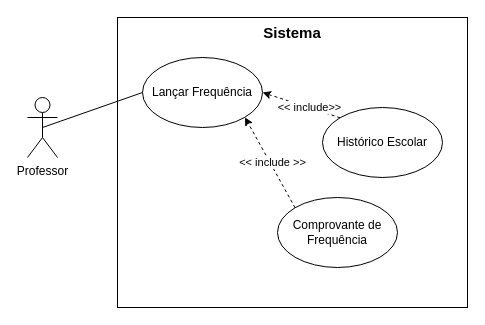
The draw.io diagram Requisito-08.drawio in LizReis/An-lise-de-Sistemas, before the edit. Source tidied: cells renumbered, new cells numbered last; positions are measured from the earlier drawing's top-left corner, leaving out a move shared by most shapes. Both pictures are drawn from the tidied source at 100%, with x=0, y=0 at pixel (27, 17).
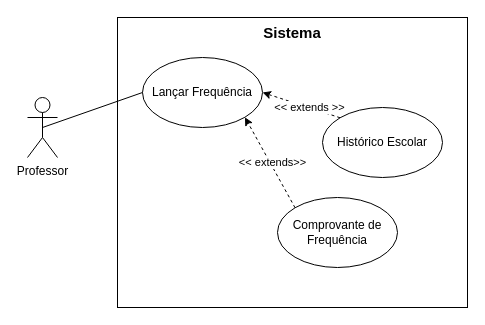
The same page after the edit.

Change to the diagram source:
```diff
@@
 <mxGraphModel>
   <root>
     <mxCell id="0" />
     <mxCell id="1" parent="0" />
     <mxCell id="2" value="Professor" style="shape=umlActor;verticalLabelPosition=bottom;verticalAlign=top;html=1;outlineConnect=0;" parent="1" vertex="1">
       <mxGeometry y="80" width="30" height="60" as="geometry" />
     </mxCell>
     <mxCell id="3" style="rounded=0;whiteSpace=wrap;html=1;" parent="1" vertex="1">
       <mxGeometry x="90" width="350" height="290" as="geometry" />
     </mxCell>
     <mxCell id="4" value="&lt;b&gt;&lt;font style=&quot;font-size: 15px;&quot;&gt;Sistema&lt;/font&gt;&lt;/b&gt;" style="text;html=1;align=center;verticalAlign=middle;whiteSpace=wrap;rounded=0;" parent="1" vertex="1">
       <mxGeometry x="235" width="60" height="30" as="geometry" />
     </mxCell>
     <mxCell id="5" value="Lançar Frequência" style="ellipse;whiteSpace=wrap;html=1;" parent="1" vertex="1">
       <mxGeometry x="115" y="40" width="120" height="70" as="geometry" />
     </mxCell>
     <mxCell id="6" value="Histórico Escolar" style="ellipse;whiteSpace=wrap;html=1;" parent="1" vertex="1">
       <mxGeometry x="295" y="90" width="120" height="70" as="geometry" />
     </mxCell>
     <mxCell id="7" style="endArrow=none;html=1;rounded=0;exitX=0.5;exitY=0.5;exitDx=0;exitDy=0;exitPerimeter=0;entryX=0;entryY=0.5;entryDx=0;entryDy=0;" parent="1" edge="1" source="2" target="5">
       <mxGeometry relative="1" as="geometry" />
     </mxCell>
     <mxCell id="8" value="Comprovante de Frequência" style="ellipse;whiteSpace=wrap;html=1;" parent="1" vertex="1">
       <mxGeometry x="250" y="180" width="120" height="70" as="geometry" />
     </mxCell>
     <mxCell id="9" style="endArrow=classic;html=1;rounded=0;exitX=0;exitY=0;exitDx=0;exitDy=0;entryX=1;entryY=0.5;entryDx=0;entryDy=0;dashed=1;" parent="1" edge="1" source="6" target="5">
       <mxGeometry relative="1" as="geometry" />
     </mxCell>
-    <mxCell id="10" value="&amp;lt;&amp;lt; include&amp;gt;&amp;gt;" style="edgeLabel;html=1;align=center;verticalAlign=middle;" parent="9" vertex="1">
+    <mxCell id="10" value="&amp;lt;&amp;lt; extends &amp;gt;&amp;gt;" style="edgeLabel;html=1;align=center;verticalAlign=middle;" parent="9" vertex="1">
       <mxGeometry x="-0.18" y="-1" relative="1" as="geometry" />
     </mxCell>
     <mxCell id="11" style="endArrow=classic;html=1;rounded=0;exitX=0;exitY=0;exitDx=0;exitDy=0;entryX=1;entryY=1;entryDx=0;entryDy=0;dashed=1;" parent="1" edge="1" source="8" target="5">
       <mxGeometry relative="1" as="geometry" />
     </mxCell>
-    <mxCell id="12" value="&amp;lt;&amp;lt; include &amp;gt;&amp;gt;" style="edgeLabel;html=1;align=center;verticalAlign=middle;" parent="11" vertex="1">
+    <mxCell id="12" value="&amp;lt;&amp;lt; extends&amp;gt;&amp;gt;" style="edgeLabel;html=1;align=center;verticalAlign=middle;" parent="11" vertex="1">
       <mxGeometry x="-0.02" y="-2" relative="1" as="geometry" />
     </mxCell>
   </root>
 </mxGraphModel>
```
